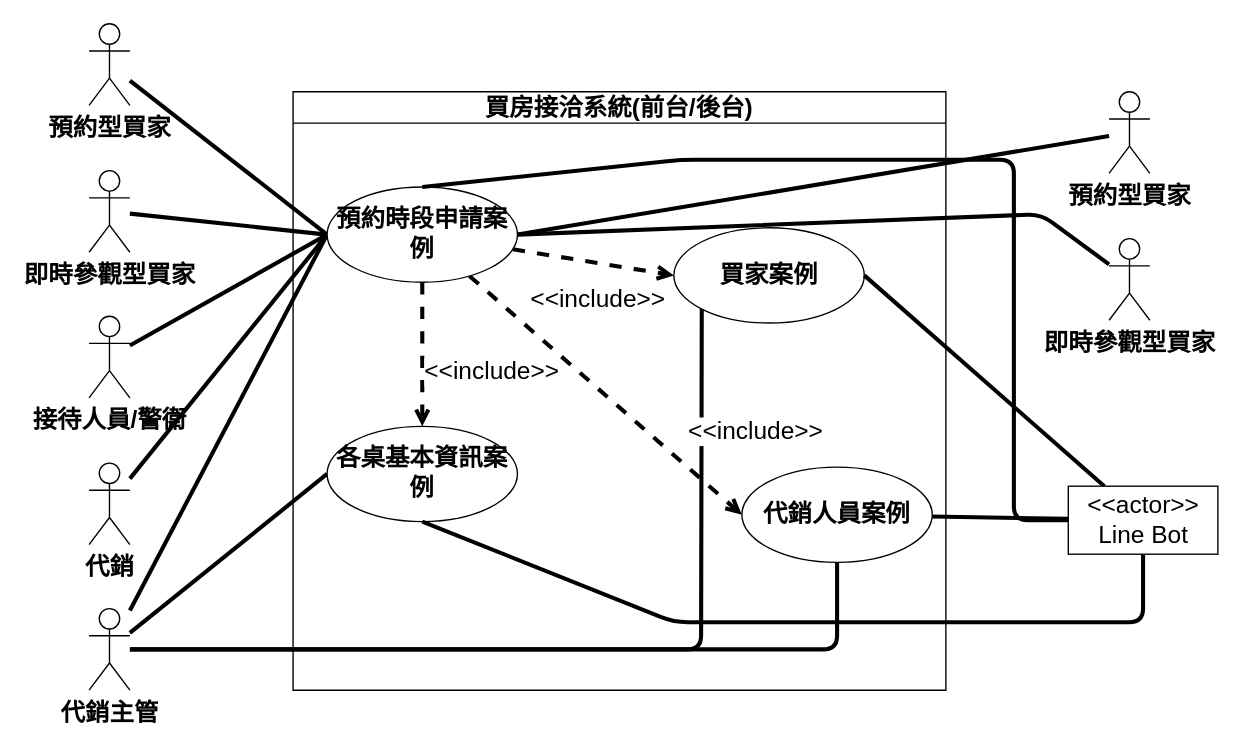
This is page "1b" (1 of 6) of answer.drawio from altoliaw3/112-2Mid, a draw.io file, before an edit. Source tidied: cells renumbered, new cells numbered last; positions are measured from the earlier drawing's top-left corner, leaving out a move shared by most shapes. Both pictures are drawn from the tidied source at 136%, with x=0, y=0 at pixel (88, 23).
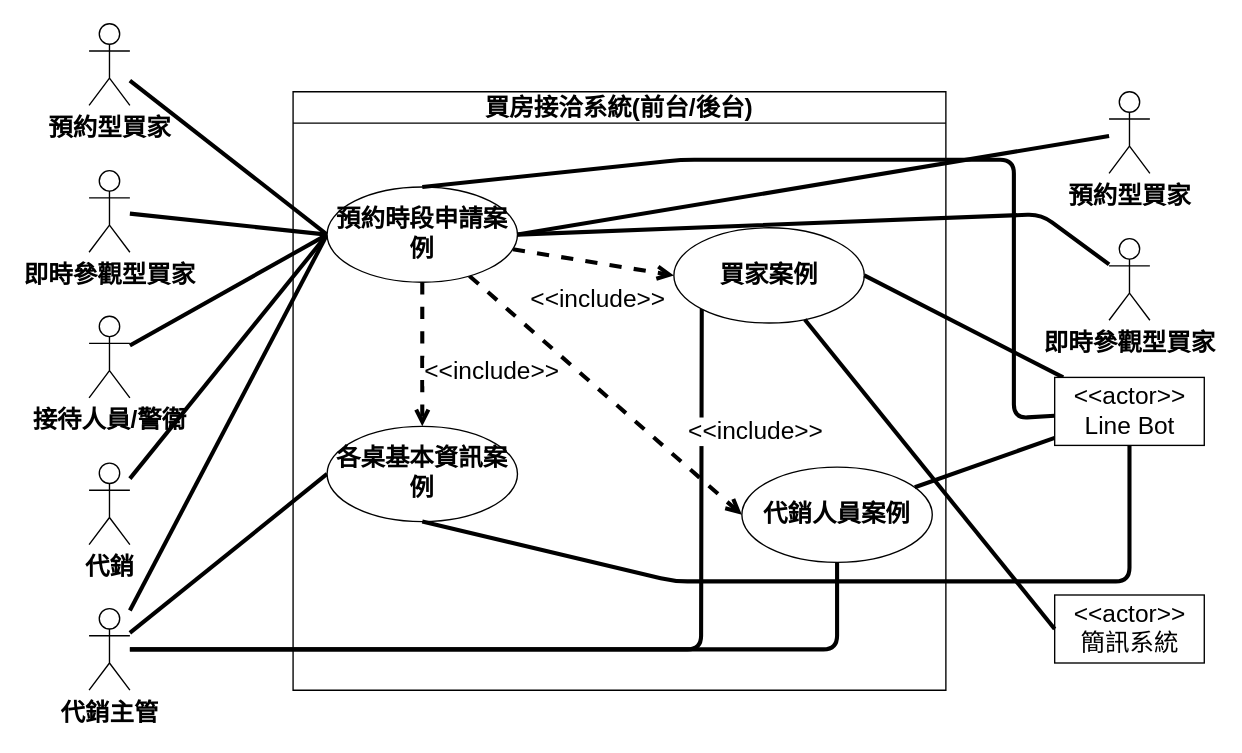
The same page after the edit.

Unchanged cells that the change refers to:
```xml
<mxCell id="16" value="&lt;font style=&quot;font-size: 18px;&quot;&gt;&lt;b&gt;各桌基本資訊案例&lt;/b&gt;&lt;/font&gt;" style="ellipse;whiteSpace=wrap;html=1;" parent="15" vertex="1">
  <mxGeometry x="25" y="246" width="140" height="70" as="geometry" />
</mxCell>
<mxCell id="18" value="&lt;font style=&quot;font-size: 18px;&quot;&gt;&lt;b&gt;買家案例&lt;/b&gt;&lt;/font&gt;" style="ellipse;whiteSpace=wrap;html=1;" parent="15" vertex="1">
  <mxGeometry x="280" y="100" width="140" height="70" as="geometry" />
</mxCell>
<mxCell id="25" value="&lt;font style=&quot;font-size: 18px;&quot;&gt;&lt;b&gt;預約時段申請案例&lt;/b&gt;&lt;/font&gt;" style="ellipse;whiteSpace=wrap;html=1;" parent="15" vertex="1">
  <mxGeometry x="25" y="70" width="140" height="70" as="geometry" />
</mxCell>
```

Change to the diagram source:
```diff
@@
     <mxCell id="28" style="edgeStyle=none;html=1;entryX=0.5;entryY=1;entryDx=0;entryDy=0;strokeWidth=3;fontSize=18;endArrow=none;endFill=0;" parent="1" edge="1" source="30" target="16">
       <mxGeometry relative="1" as="geometry">
         <Array as="points">
-          <mxPoint x="775" y="440" />
-          <mxPoint x="430" y="440" />
+          <mxPoint x="765" y="410" />
+          <mxPoint x="430" y="410" />
         </Array>
       </mxGeometry>
     </mxCell>
     <mxCell id="29" style="edgeStyle=none;html=1;entryX=0.5;entryY=0;entryDx=0;entryDy=0;strokeWidth=3;fontSize=18;endArrow=none;endFill=0;" parent="1" edge="1" source="30" target="25">
       <mxGeometry relative="1" as="geometry">
         <Array as="points">
-          <mxPoint x="680" y="365" />
+          <mxPoint x="680" y="290" />
           <mxPoint x="680" y="100" />
           <mxPoint x="435" y="100" />
         </Array>
       </mxGeometry>
     </mxCell>
     <mxCell id="30" value="&amp;lt;&amp;lt;actor&amp;gt;&amp;gt;&lt;br&gt;Line Bot" style="html=1;fontSize=18;" parent="1" vertex="1">
-      <mxGeometry x="720" y="340" width="110" height="50" as="geometry" />
+      <mxGeometry x="710" y="260" width="110" height="50" as="geometry" />
     </mxCell>
@@
+    <mxCell id="35" value="&amp;lt;&amp;lt;actor&amp;gt;&amp;gt;&lt;br&gt;簡訊系統" style="html=1;fontSize=18;" parent="1" vertex="1">
+      <mxGeometry x="710" y="420" width="110" height="50" as="geometry" />
+    </mxCell>
+    <mxCell id="36" style="edgeStyle=none;html=1;entryX=0;entryY=0.5;entryDx=0;entryDy=0;strokeWidth=3;fontSize=18;startArrow=none;startFill=0;endArrow=none;endFill=0;" parent="1" edge="1" source="18" target="35">
+      <mxGeometry relative="1" as="geometry" />
+    </mxCell>
```
